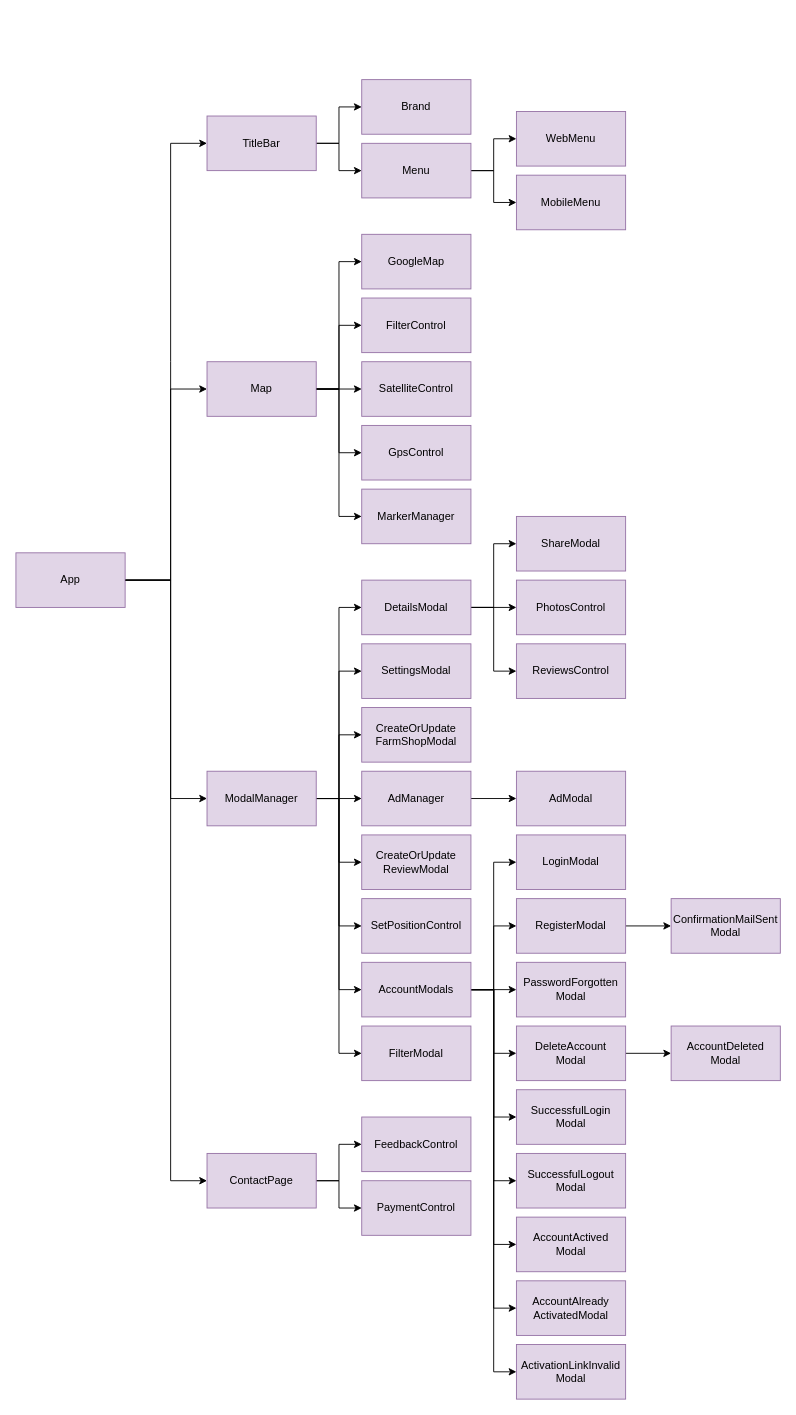
This is page "front-end" (6 of 6) of _images/architecture.drawio from gartenkralle/geolocation-services-doc, a draw.io file, before an edit. Source tidied: cells renumbered, new cells numbered last; positions are measured from the earlier drawing's top-left corner, leaving out a move shared by most shapes. Both pictures are drawn from the tidied source at 91%, with x=0, y=0 at pixel (15, 79).
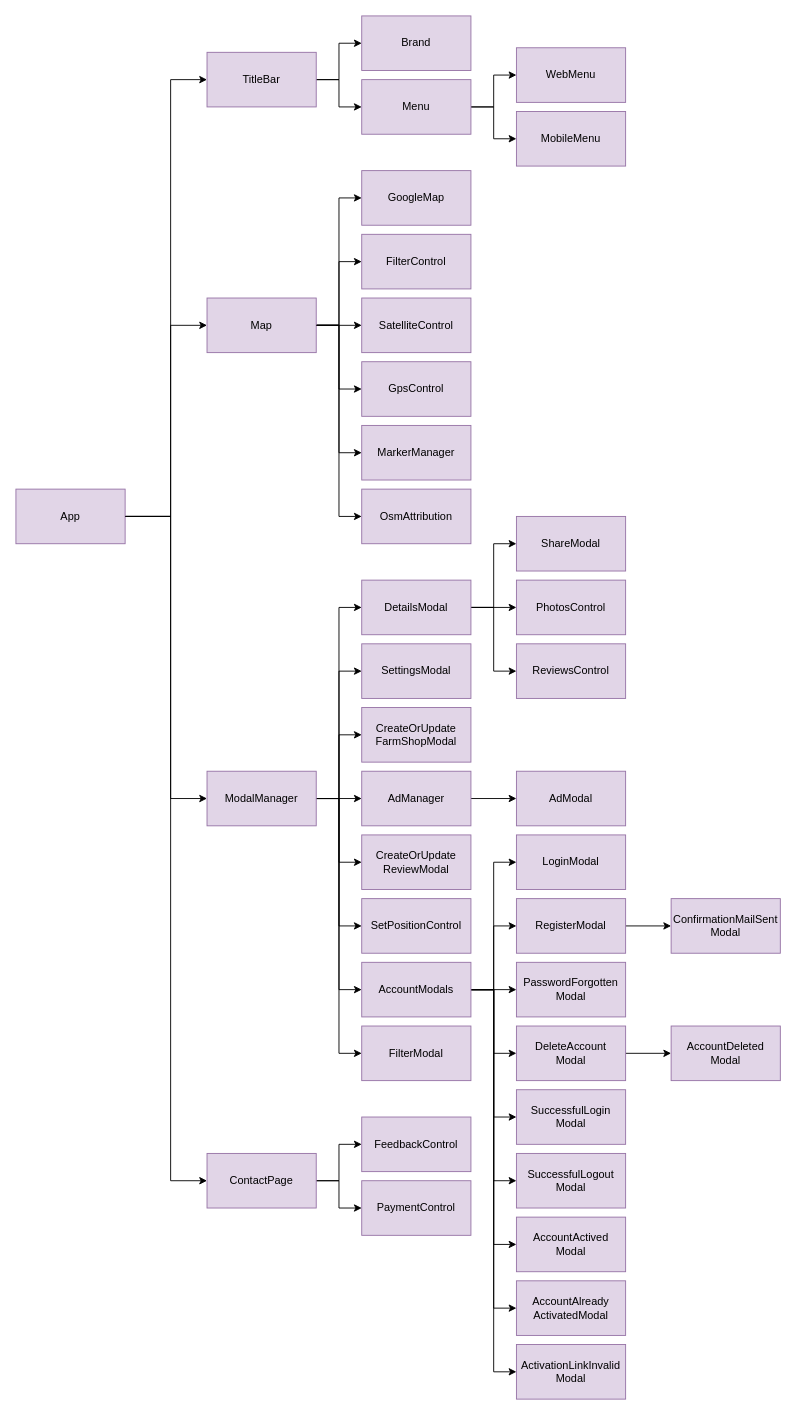
The same diagram, later.

Commit message (it also covers changes not shown here):
update front end diagram

The change refers to these unchanged cells:
```xml
<mxCell id="22" value="ModalManager" style="rounded=0;whiteSpace=wrap;html=1;fillColor=#e1d5e7;strokeColor=#9673a6;" parent="1" vertex="1">
  <mxGeometry x="210" y="760" width="120" height="60" as="geometry" />
</mxCell>
<mxCell id="48" value="ContactPage" style="rounded=0;whiteSpace=wrap;html=1;fillColor=#e1d5e7;strokeColor=#9673a6;" parent="1" vertex="1">
  <mxGeometry x="210" y="1180" width="120" height="60" as="geometry" />
</mxCell>
```

What changed in the source:
```diff
@@
     <mxCell id="2" style="edgeStyle=orthogonalEdgeStyle;rounded=0;jettySize=auto;html=1;entryX=0;entryY=0.5;entryDx=0;entryDy=0;" parent="1" edge="1" source="5" target="13">
       <mxGeometry relative="1" as="geometry">
         <Array as="points">
-          <mxPoint x="170" y="550" />
-          <mxPoint x="170" y="340" />
+          <mxPoint x="170" y="480" />
+          <mxPoint x="170" y="270" />
         </Array>
       </mxGeometry>
     </mxCell>
     <mxCell id="3" style="edgeStyle=orthogonalEdgeStyle;rounded=0;jettySize=auto;html=1;entryX=0;entryY=0.5;entryDx=0;entryDy=0;" parent="1" edge="1" source="5" target="22">
       <mxGeometry relative="1" as="geometry">
         <Array as="points">
-          <mxPoint x="170" y="550" />
+          <mxPoint x="170" y="480" />
           <mxPoint x="170" y="790" />
         </Array>
       </mxGeometry>
     </mxCell>
     <mxCell id="4" style="edgeStyle=orthogonalEdgeStyle;rounded=0;jettySize=auto;html=1;entryX=0;entryY=0.5;entryDx=0;entryDy=0;" parent="1" edge="1" source="5" target="48">
       <mxGeometry relative="1" as="geometry">
         <Array as="points">
-          <mxPoint x="170" y="550" />
+          <mxPoint x="170" y="480" />
           <mxPoint x="170" y="1210" />
         </Array>
       </mxGeometry>
     </mxCell>
     <mxCell id="5" value="App" style="rounded=0;whiteSpace=wrap;html=1;fillColor=#e1d5e7;strokeColor=#9673a6;" parent="1" vertex="1">
-      <mxGeometry y="520" width="120" height="60" as="geometry" />
+      <mxGeometry y="450" width="120" height="60" as="geometry" />
     </mxCell>
@@
     <mxCell id="8" value="Menu" style="rounded=0;whiteSpace=wrap;html=1;fillColor=#e1d5e7;strokeColor=#9673a6;" parent="1" vertex="1">
-      <mxGeometry x="380" y="70" width="120" height="60" as="geometry" />
+      <mxGeometry x="380" width="120" height="60" as="geometry" />
     </mxCell>
@@
+    <mxCell id="79" style="edgeStyle=orthogonalEdgeStyle;rounded=0;jettySize=auto;html=1;entryX=0;entryY=0.5;entryDx=0;entryDy=0;" parent="1" edge="1" source="13" target="80">
+      <mxGeometry relative="1" as="geometry" />
+    </mxCell>
     <mxCell id="13" value="Map" style="rounded=0;whiteSpace=wrap;html=1;fillColor=#e1d5e7;strokeColor=#9673a6;" parent="1" vertex="1">
-      <mxGeometry x="210" y="310" width="120" height="60" as="geometry" />
+      <mxGeometry x="210" y="240" width="120" height="60" as="geometry" />
     </mxCell>
@@
     <mxCell id="27" value="GoogleMap" style="rounded=0;whiteSpace=wrap;html=1;fillColor=#e1d5e7;strokeColor=#9673a6;" parent="1" vertex="1">
-      <mxGeometry x="380" y="170" width="120" height="60" as="geometry" />
+      <mxGeometry x="380" y="100" width="120" height="60" as="geometry" />
     </mxCell>
     <mxCell id="28" value="FilterControl" style="rounded=0;whiteSpace=wrap;html=1;fillColor=#e1d5e7;strokeColor=#9673a6;" parent="1" vertex="1">
-      <mxGeometry x="380" y="240" width="120" height="60" as="geometry" />
+      <mxGeometry x="380" y="170" width="120" height="60" as="geometry" />
     </mxCell>
     <mxCell id="29" value="SatelliteControl" style="rounded=0;whiteSpace=wrap;html=1;fillColor=#e1d5e7;strokeColor=#9673a6;" parent="1" vertex="1">
-      <mxGeometry x="380" y="310" width="120" height="60" as="geometry" />
+      <mxGeometry x="380" y="240" width="120" height="60" as="geometry" />
     </mxCell>
     <mxCell id="30" value="GpsControl" style="rounded=0;whiteSpace=wrap;html=1;fillColor=#e1d5e7;strokeColor=#9673a6;" parent="1" vertex="1">
-      <mxGeometry x="380" y="380" width="120" height="60" as="geometry" />
+      <mxGeometry x="380" y="310" width="120" height="60" as="geometry" />
     </mxCell>
@@
     <mxCell id="39" value="TitleBar" style="rounded=0;whiteSpace=wrap;html=1;fillColor=#e1d5e7;strokeColor=#9673a6;" parent="1" vertex="1">
-      <mxGeometry x="210" y="40" width="120" height="60" as="geometry" />
+      <mxGeometry x="210" y="-30" width="120" height="60" as="geometry" />
     </mxCell>
     <mxCell id="40" value="Brand" style="rounded=0;whiteSpace=wrap;html=1;fillColor=#e1d5e7;strokeColor=#9673a6;" parent="1" vertex="1">
-      <mxGeometry x="380" width="120" height="60" as="geometry" />
+      <mxGeometry x="380" y="-70" width="120" height="60" as="geometry" />
     </mxCell>
     <mxCell id="41" style="endArrow=classic;html=1;rounded=0;exitX=1;exitY=0.5;exitDx=0;exitDy=0;entryX=0;entryY=0.5;entryDx=0;entryDy=0;" parent="1" edge="1" source="5" target="39">
       <mxGeometry relative="1" as="geometry">
         <Array as="points">
-          <mxPoint x="170" y="550" />
-          <mxPoint x="170" y="310" />
-          <mxPoint x="170" y="70" />
+          <mxPoint x="170" y="480" />
+          <mxPoint x="170" y="240" />
+          <mxPoint x="170" />
         </Array>
       </mxGeometry>
     </mxCell>
@@
     <mxCell id="51" value="MarkerManager" style="rounded=0;whiteSpace=wrap;html=1;fillColor=#e1d5e7;strokeColor=#9673a6;" parent="1" vertex="1">
-      <mxGeometry x="380" y="450" width="120" height="60" as="geometry" />
+      <mxGeometry x="380" y="380" width="120" height="60" as="geometry" />
     </mxCell>
@@
     <mxCell id="76" value="WebMenu" style="rounded=0;whiteSpace=wrap;html=1;fillColor=#e1d5e7;strokeColor=#9673a6;" parent="1" vertex="1">
-      <mxGeometry x="550" y="35" width="120" height="60" as="geometry" />
+      <mxGeometry x="550" y="-35" width="120" height="60" as="geometry" />
     </mxCell>
     <mxCell id="77" value="MobileMenu" style="rounded=0;whiteSpace=wrap;html=1;fillColor=#e1d5e7;strokeColor=#9673a6;" parent="1" vertex="1">
-      <mxGeometry x="550" y="105" width="120" height="60" as="geometry" />
+      <mxGeometry x="550" y="35" width="120" height="60" as="geometry" />
     </mxCell>
@@
+    <mxCell id="80" value="OsmAttribution" style="rounded=0;whiteSpace=wrap;html=1;fillColor=#e1d5e7;strokeColor=#9673a6;" parent="1" vertex="1">
+      <mxGeometry x="380" y="450" width="120" height="60" as="geometry" />
+    </mxCell>
```
